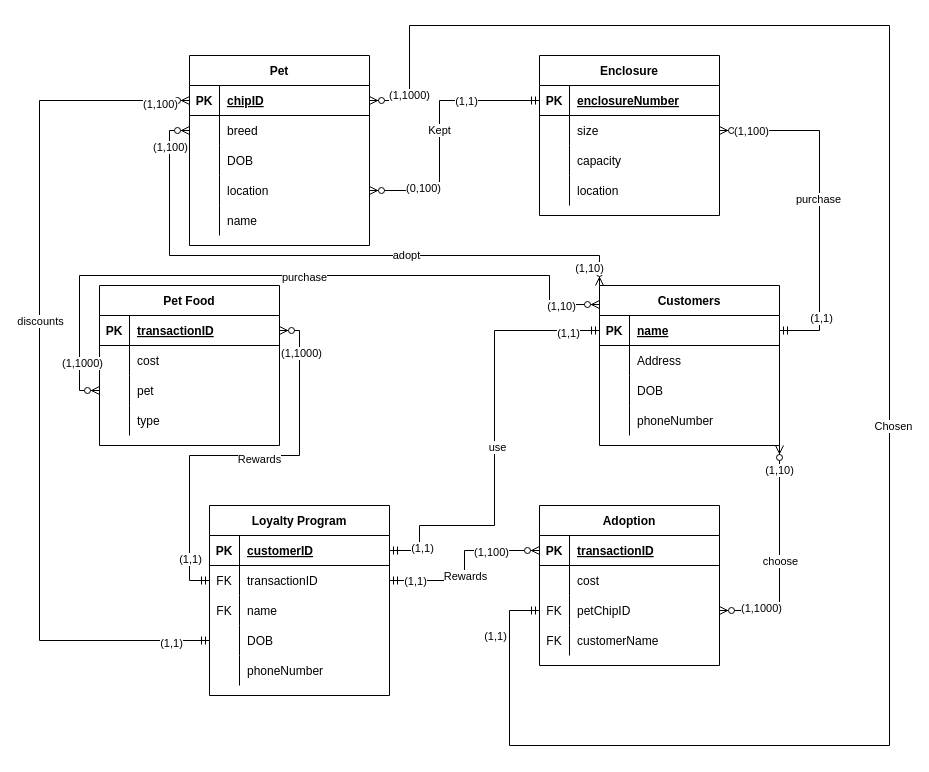
nfedornock/Lab2 keeps this draw.io diagram as Lab2PetShop.drawio. Above is the earlier version. Source tidied: cells renumbered, new cells numbered last; positions are measured from the earlier drawing's top-left corner, leaving out a move shared by most shapes. Both pictures are drawn from the tidied source at 100%, with x=0, y=0 at pixel (39, 25).
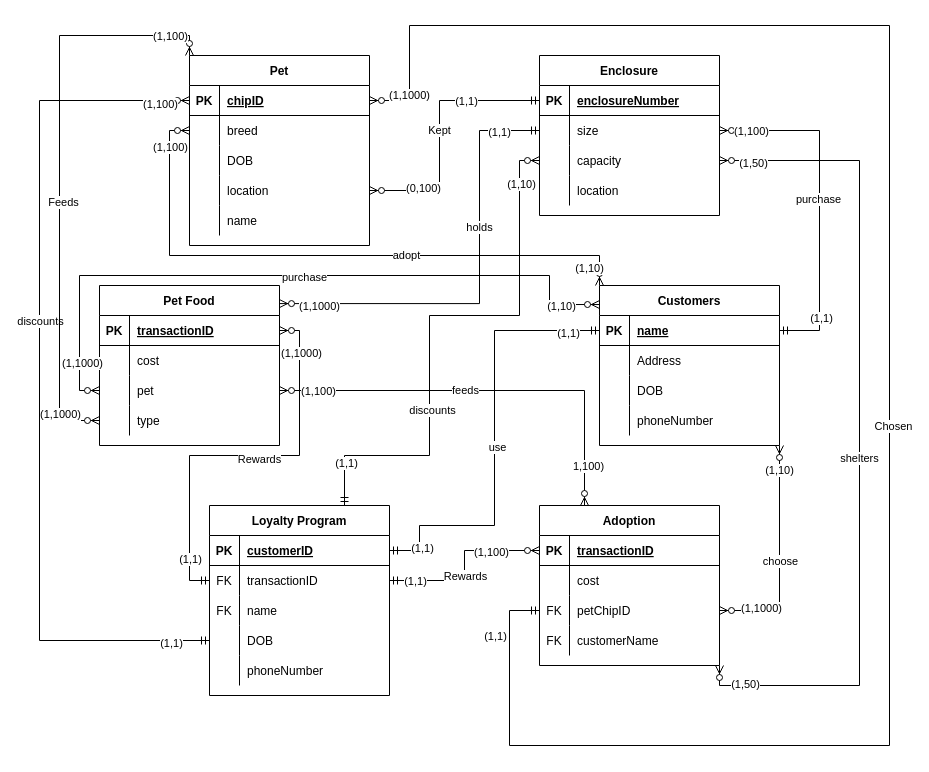
After the change.

The change refers to these unchanged cells:
```xml
<mxCell id="2" value="Pet" style="shape=table;startSize=30;childLayout=tableLayout;rowLines=0;fontStyle=1;align=center;" parent="1" vertex="1">
  <mxGeometry x="150" y="30" width="180" height="190" as="geometry" />
</mxCell>
<mxCell id="25" style="shape=partialRectangle;fillColor=none;top=0;left=0;bottom=0;right=0;points=[[0,0.5],[1,0.5]];portConstraint=eastwest;" parent="21" vertex="1">
  <mxGeometry y="60" width="180" height="30" as="geometry" />
</mxCell>
<mxCell id="28" style="shape=partialRectangle;fillColor=none;top=0;left=0;bottom=0;right=0;points=[[0,0.5],[1,0.5]];portConstraint=eastwest;" parent="21" vertex="1">
  <mxGeometry y="90" width="180" height="30" as="geometry" />
</mxCell>
<mxCell id="51" value="Pet Food" style="shape=table;startSize=30;childLayout=tableLayout;rowLines=0;fontStyle=1;align=center;" parent="1" vertex="1">
  <mxGeometry x="60" y="260" width="180" height="160" as="geometry" />
</mxCell>
<mxCell id="58" style="shape=partialRectangle;fillColor=none;top=0;left=0;bottom=0;right=0;points=[[0,0.5],[1,0.5]];portConstraint=eastwest;" parent="51" vertex="1">
  <mxGeometry y="90" width="180" height="30" as="geometry" />
</mxCell>
<mxCell id="61" style="shape=partialRectangle;fillColor=none;top=0;left=0;bottom=0;right=0;points=[[0,0.5],[1,0.5]];portConstraint=eastwest;" parent="51" vertex="1">
  <mxGeometry y="120" width="180" height="30" as="geometry" />
</mxCell>
<mxCell id="64" value="Adoption" style="shape=table;startSize=30;childLayout=tableLayout;rowLines=0;fontStyle=1;align=center;" parent="1" vertex="1">
  <mxGeometry x="500" y="480" width="180" height="160" as="geometry" />
</mxCell>
<mxCell id="77" value="Loyalty Program" style="shape=table;startSize=30;childLayout=tableLayout;rowLines=0;fontStyle=1;align=center;" parent="1" vertex="1">
  <mxGeometry x="170" y="480" width="180" height="190" as="geometry" />
</mxCell>
```

Diff of the diagram source:
```diff
@@
+    <mxCell id="125" style="edgeStyle=orthogonalEdgeStyle;rounded=0;jettySize=auto;html=1;exitX=1;exitY=1;exitDx=0;exitDy=0;entryX=1;entryY=0.5;entryDx=0;entryDy=0;startArrow=ERzeroToMany;startFill=1;endArrow=ERzeroToMany;endFill=1;" parent="1" edge="1" source="64" target="28">
+      <mxGeometry relative="1" as="geometry">
+        <Array as="points">
+          <mxPoint x="680" y="660" />
+          <mxPoint x="820" y="660" />
+          <mxPoint x="820" y="135" />
+        </Array>
+      </mxGeometry>
+    </mxCell>
+    <mxCell id="126" value="(1,50)" style="edgeLabel;html=1;align=center;verticalAlign=middle;" parent="125" vertex="1">
+      <mxGeometry x="-0.89" y="2" relative="1" as="geometry" />
+    </mxCell>
+    <mxCell id="127" value="(1,50)" style="edgeLabel;html=1;align=center;verticalAlign=middle;" parent="125" vertex="1">
+      <mxGeometry x="0.92" y="2" relative="1" as="geometry" />
+    </mxCell>
+    <mxCell id="128" value="shelters" style="edgeLabel;html=1;align=center;verticalAlign=middle;" parent="125" vertex="1">
+      <mxGeometry x="-0.06" y="1" relative="1" as="geometry" />
+    </mxCell>
+    <mxCell id="129" style="edgeStyle=orthogonalEdgeStyle;rounded=0;jettySize=auto;html=1;exitX=0.25;exitY=0;exitDx=0;exitDy=0;entryX=1;entryY=0.5;entryDx=0;entryDy=0;startArrow=ERzeroToMany;startFill=1;endArrow=ERzeroToMany;endFill=1;" parent="1" edge="1" source="64" target="58">
+      <mxGeometry relative="1" as="geometry" />
+    </mxCell>
+    <mxCell id="130" value="feeds" style="edgeLabel;html=1;align=center;verticalAlign=middle;" parent="129" vertex="1">
+      <mxGeometry x="0.12" y="-1" relative="1" as="geometry" />
+    </mxCell>
+    <mxCell id="131" value="(1,100)" style="edgeLabel;html=1;align=center;verticalAlign=middle;" parent="129" vertex="1">
+      <mxGeometry x="0.82" relative="1" as="geometry" />
+    </mxCell>
+    <mxCell id="132" value="1,100)" style="edgeLabel;html=1;align=center;verticalAlign=middle;" parent="129" vertex="1">
+      <mxGeometry x="-0.81" y="-3" relative="1" as="geometry" />
+    </mxCell>
@@
+    <mxCell id="133" style="edgeStyle=orthogonalEdgeStyle;rounded=0;jettySize=auto;html=1;exitX=0.75;exitY=0;exitDx=0;exitDy=0;entryX=0;entryY=0.5;entryDx=0;entryDy=0;startArrow=ERmandOne;startFill=0;endArrow=ERzeroToMany;endFill=1;" parent="1" edge="1" source="77" target="28">
+      <mxGeometry relative="1" as="geometry">
+        <Array as="points">
+          <mxPoint x="305" y="430" />
+          <mxPoint x="390" y="430" />
+          <mxPoint x="390" y="290" />
+          <mxPoint x="480" y="290" />
+          <mxPoint x="480" y="135" />
+        </Array>
+      </mxGeometry>
+    </mxCell>
+    <mxCell id="134" value="discounts" style="edgeLabel;html=1;align=center;verticalAlign=middle;" parent="133" vertex="1">
+      <mxGeometry x="-0.33" y="-2" relative="1" as="geometry" />
+    </mxCell>
+    <mxCell id="135" value="(1,1)" style="edgeLabel;html=1;align=center;verticalAlign=middle;" parent="133" vertex="1">
+      <mxGeometry x="-0.84" y="-1" relative="1" as="geometry" />
+    </mxCell>
+    <mxCell id="136" value="(1,10)" style="edgeLabel;html=1;align=center;verticalAlign=middle;" parent="133" vertex="1">
+      <mxGeometry x="0.84" y="-1" relative="1" as="geometry" />
+    </mxCell>
@@
+    <mxCell id="137" style="edgeStyle=orthogonalEdgeStyle;rounded=0;jettySize=auto;html=1;exitX=0;exitY=0.5;exitDx=0;exitDy=0;entryX=0;entryY=0;entryDx=0;entryDy=0;endArrow=ERzeroToMany;endFill=1;startArrow=ERzeroToMany;startFill=1;" parent="1" edge="1" source="61" target="2">
+      <mxGeometry relative="1" as="geometry">
+        <Array as="points">
+          <mxPoint x="20" y="395" />
+          <mxPoint x="20" y="10" />
+          <mxPoint x="150" y="10" />
+        </Array>
+      </mxGeometry>
+    </mxCell>
+    <mxCell id="138" value="Feeds" style="edgeLabel;html=1;align=center;verticalAlign=middle;" parent="137" vertex="1">
+      <mxGeometry x="-0.1" y="-3" relative="1" as="geometry" />
+    </mxCell>
+    <mxCell id="139" value="(1,100)" style="edgeLabel;html=1;align=center;verticalAlign=middle;" parent="137" vertex="1">
+      <mxGeometry x="0.86" relative="1" as="geometry" />
+    </mxCell>
+    <mxCell id="140" value="(1,1000)" style="edgeLabel;html=1;align=center;verticalAlign=middle;" parent="137" vertex="1">
+      <mxGeometry x="-0.86" y="-7" relative="1" as="geometry">
+        <mxPoint x="-7" y="-7" as="offset" />
+      </mxGeometry>
+    </mxCell>
+    <mxCell id="141" style="edgeStyle=orthogonalEdgeStyle;rounded=0;jettySize=auto;html=1;exitX=0;exitY=0.5;exitDx=0;exitDy=0;entryX=1;entryY=0.113;entryDx=0;entryDy=0;entryPerimeter=0;startArrow=ERmandOne;startFill=0;endArrow=ERzeroToMany;endFill=1;" parent="1" edge="1" source="25" target="51">
+      <mxGeometry relative="1" as="geometry">
+        <Array as="points">
+          <mxPoint x="440" y="105" />
+          <mxPoint x="440" y="278" />
+        </Array>
+      </mxGeometry>
+    </mxCell>
+    <mxCell id="142" value="(1,1000)" style="edgeLabel;html=1;align=center;verticalAlign=middle;" parent="141" vertex="1">
+      <mxGeometry x="0.82" y="2" relative="1" as="geometry" />
+    </mxCell>
+    <mxCell id="143" value="(1,1)" style="edgeLabel;html=1;align=center;verticalAlign=middle;" parent="141" vertex="1">
+      <mxGeometry x="-0.81" y="1" relative="1" as="geometry" />
+    </mxCell>
+    <mxCell id="144" value="holds" style="edgeLabel;html=1;align=center;verticalAlign=middle;" parent="141" vertex="1">
+      <mxGeometry x="-0.28" y="-1" relative="1" as="geometry" />
+    </mxCell>
```
